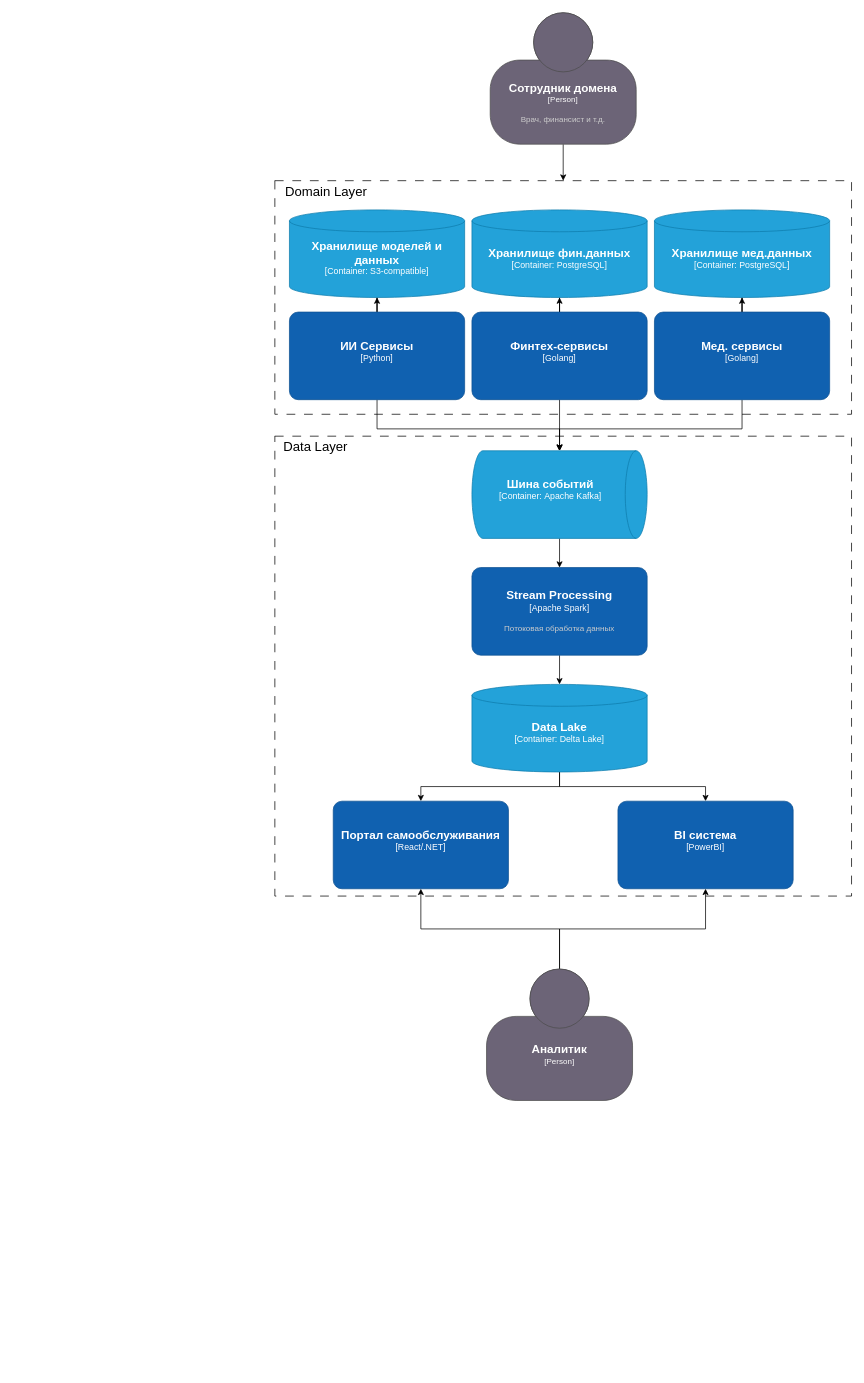
Before: Task3Advanced/с2.drawio in gregkuznetsov1998/architecture-future_2_0, a draw.io diagram. Source tidied: cells renumbered, new cells numbered last; positions are measured from the earlier drawing's top-left corner, leaving out a move shared by most shapes. Both pictures are drawn from the tidied source at 73%, with x=0, y=0 at pixel (274, 12).
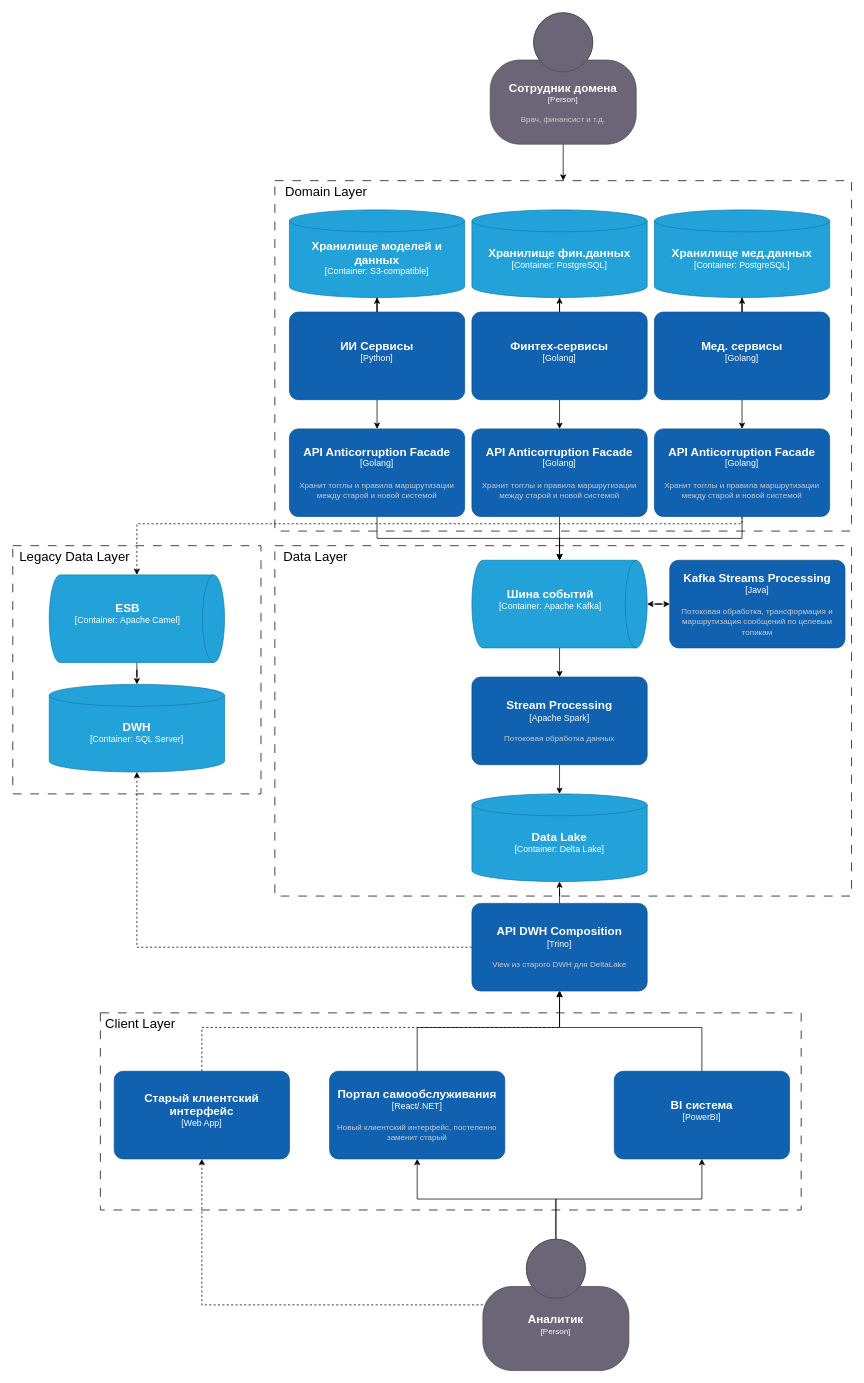
Above is the later version.

The change refers to these unchanged cells:
```xml
<object id="8" label="&lt;font style=&quot;font-size: 16px&quot;&gt;&lt;b&gt;%c4Name%&lt;/b&gt;&lt;/font&gt;&lt;div&gt;[%c4Type%]&lt;/div&gt;&lt;br&gt;&lt;div&gt;&lt;font style=&quot;font-size: 11px&quot;&gt;&lt;font color=&quot;#cccccc&quot;&gt;%c4Description%&lt;/font&gt;&lt;/div&gt;" c4Description="" c4Name="ИИ Сервисы" c4Type="Python" placeholders="1">
  <mxCell style="rounded=1;whiteSpace=wrap;html=1;labelBackgroundColor=none;fillColor=#1061B0;fontColor=#ffffff;align=center;arcSize=10;strokeColor=#0D5091;points=[[0.25,0,0],[0.5,0,0],[0.75,0,0],[1,0.25,0],[1,0.5,0],[1,0.75,0],[0.75,1,0],[0.5,1,0],[0.25,1,0],[0,0.75,0],[0,0.5,0],[0,0.25,0]];" parent="1" vertex="1">
    <mxGeometry x="20" y="410" width="240" height="120" as="geometry" />
  </mxCell>
</object>
<object id="11" label="&lt;font style=&quot;font-size: 16px&quot;&gt;&lt;b&gt;%c4Name%&lt;/b&gt;&lt;/font&gt;&lt;div&gt;[%c4Type%]&lt;/div&gt;&lt;br&gt;&lt;div&gt;&lt;font style=&quot;font-size: 11px&quot;&gt;&lt;font color=&quot;#cccccc&quot;&gt;%c4Description%&lt;/font&gt;&lt;/div&gt;" c4Description="" c4Name="Финтех-сервисы" c4Type="Golang" placeholders="1">
  <mxCell style="rounded=1;whiteSpace=wrap;html=1;labelBackgroundColor=none;fillColor=#1061B0;fontColor=#ffffff;align=center;arcSize=10;strokeColor=#0D5091;points=[[0.25,0,0],[0.5,0,0],[0.75,0,0],[1,0.25,0],[1,0.5,0],[1,0.75,0],[0.75,1,0],[0.5,1,0],[0.25,1,0],[0,0.75,0],[0,0.5,0],[0,0.25,0]];" parent="1" vertex="1">
    <mxGeometry x="270" y="410" width="240" height="120" as="geometry" />
  </mxCell>
</object>
<object id="16" label="&lt;font style=&quot;font-size: 16px&quot;&gt;&lt;b&gt;%c4Name%&lt;/b&gt;&lt;/font&gt;&lt;div&gt;[%c4Type%]&lt;/div&gt;&lt;br&gt;&lt;div&gt;&lt;font style=&quot;font-size: 11px&quot;&gt;&lt;font color=&quot;#cccccc&quot;&gt;%c4Description%&lt;/font&gt;&lt;/div&gt;" c4Description="" c4Name="Мед. сервисы" c4Type="Golang" placeholders="1">
  <mxCell style="rounded=1;whiteSpace=wrap;html=1;labelBackgroundColor=none;fillColor=#1061B0;fontColor=#ffffff;align=center;arcSize=10;strokeColor=#0D5091;points=[[0.25,0,0],[0.5,0,0],[0.75,0,0],[1,0.25,0],[1,0.5,0],[1,0.75,0],[0.75,1,0],[0.5,1,0],[0.25,1,0],[0,0.75,0],[0,0.5,0],[0,0.25,0]];" parent="1" vertex="1">
    <mxGeometry x="520" y="410" width="240" height="120" as="geometry" />
  </mxCell>
</object>
```

Change to the diagram source:
```diff
@@
+    <mxCell id="32" style="rounded=0;whiteSpace=wrap;html=1;fillColor=none;dashed=1;dashPattern=12 12;" parent="1" vertex="1">
+      <mxGeometry x="-239" y="1370" width="960" height="270" as="geometry" />
+    </mxCell>
     <mxCell id="2" style="rounded=0;whiteSpace=wrap;html=1;fillColor=none;dashed=1;dashPattern=12 12;" parent="1" vertex="1">
-      <mxGeometry y="580" width="790" height="630" as="geometry" />
+      <mxGeometry y="730" width="790" height="480" as="geometry" />
     </mxCell>
     <mxCell id="3" style="rounded=0;whiteSpace=wrap;html=1;fillColor=none;dashed=1;dashPattern=12 12;" parent="1" vertex="1">
-      <mxGeometry y="230" width="790" height="320" as="geometry" />
+      <mxGeometry y="230" width="790" height="480" as="geometry" />
     </mxCell>
@@
+    <mxCell id="33" style="edgeStyle=orthogonalEdgeStyle;rounded=0;jettySize=auto;html=1;exitX=0.5;exitY=0;exitDx=0;exitDy=0;exitPerimeter=0;startArrow=classic;startFill=1;" parent="1" edge="1" source="5" target="53">
+      <mxGeometry relative="1" as="geometry" />
+    </mxCell>
     <object id="5" label="&lt;font style=&quot;font-size: 16px&quot;&gt;&lt;b&gt;%c4Name%&lt;/b&gt;&lt;/font&gt;&lt;div&gt;[%c4Type%:&amp;nbsp;%c4Technology%]&lt;/div&gt;&lt;br&gt;&lt;div&gt;&lt;font style=&quot;font-size: 11px&quot;&gt;&lt;font color=&quot;#E6E6E6&quot;&gt;%c4Description%&lt;/font&gt;&lt;/div&gt;" c4Description="" c4Name="Шина событий" c4Technology="Apache Kafka" c4Type="Container" placeholders="1">
       <mxCell style="shape=cylinder3;size=15;direction=south;whiteSpace=wrap;html=1;boundedLbl=1;rounded=0;labelBackgroundColor=none;fillColor=#23A2D9;fontSize=12;fontColor=#ffffff;align=center;strokeColor=#0E7DAD;points=[[0.5,0,0],[1,0.25,0],[1,0.5,0],[1,0.75,0],[0.5,1,0],[0,0.75,0],[0,0.5,0],[0,0.25,0]];" parent="1" vertex="1">
-        <mxGeometry x="270" y="600" width="240" height="120" as="geometry" />
+        <mxGeometry x="270" y="750" width="240" height="120" as="geometry" />
       </mxCell>
     </object>
@@
-    <mxCell id="7" style="edgeStyle=orthogonalEdgeStyle;rounded=0;jettySize=auto;html=1;" parent="1" edge="1" source="8" target="5">
-      <mxGeometry relative="1" as="geometry">
-        <Array as="points">
-          <mxPoint x="140" y="570" />
-          <mxPoint x="390" y="570" />
-        </Array>
-      </mxGeometry>
-    </mxCell>
+    <mxCell id="34" style="edgeStyle=orthogonalEdgeStyle;rounded=0;jettySize=auto;html=1;exitX=0.5;exitY=1;exitDx=0;exitDy=0;exitPerimeter=0;" parent="1" edge="1" source="8" target="55">
+      <mxGeometry relative="1" as="geometry" />
+    </mxCell>
@@
-    <mxCell id="10" style="edgeStyle=orthogonalEdgeStyle;rounded=0;jettySize=auto;html=1;" parent="1" edge="1" source="11" target="5">
-      <mxGeometry relative="1" as="geometry" />
-    </mxCell>
+    <mxCell id="35" style="edgeStyle=orthogonalEdgeStyle;rounded=0;jettySize=auto;html=1;" parent="1" edge="1" source="11" target="48">
+      <mxGeometry relative="1" as="geometry" />
+    </mxCell>
@@
-    <mxCell id="15" style="edgeStyle=orthogonalEdgeStyle;rounded=0;jettySize=auto;html=1;" parent="1" edge="1" source="16" target="5">
-      <mxGeometry relative="1" as="geometry">
-        <Array as="points">
-          <mxPoint x="640" y="570" />
-          <mxPoint x="390" y="570" />
-        </Array>
-      </mxGeometry>
-    </mxCell>
+    <mxCell id="36" style="edgeStyle=orthogonalEdgeStyle;rounded=0;jettySize=auto;html=1;" parent="1" edge="1" source="16" target="58">
+      <mxGeometry relative="1" as="geometry" />
+    </mxCell>
@@
     <object id="19" label="&lt;font style=&quot;font-size: 16px&quot;&gt;&lt;b&gt;%c4Name%&lt;/b&gt;&lt;/font&gt;&lt;div&gt;[%c4Type%]&lt;/div&gt;&lt;br&gt;&lt;div&gt;&lt;font style=&quot;font-size: 11px&quot;&gt;&lt;font color=&quot;#cccccc&quot;&gt;%c4Description%&lt;/font&gt;&lt;/div&gt;" c4Description="Потоковая обработка данных" c4Name="Stream Processing" c4Type="Apache Spark" placeholders="1">
       <mxCell style="rounded=1;whiteSpace=wrap;html=1;labelBackgroundColor=none;fillColor=#1061B0;fontColor=#ffffff;align=center;arcSize=10;strokeColor=#0D5091;points=[[0.25,0,0],[0.5,0,0],[0.75,0,0],[1,0.25,0],[1,0.5,0],[1,0.75,0],[0.75,1,0],[0.5,1,0],[0.25,1,0],[0,0.75,0],[0,0.5,0],[0,0.25,0]];" parent="1" vertex="1">
-        <mxGeometry x="270" y="760" width="240" height="120" as="geometry" />
+        <mxGeometry x="270" y="910" width="240" height="120" as="geometry" />
       </mxCell>
     </object>
-    <mxCell id="20" style="edgeStyle=orthogonalEdgeStyle;rounded=0;jettySize=auto;html=1;" parent="1" edge="1" source="22" target="23">
-      <mxGeometry relative="1" as="geometry" />
-    </mxCell>
-    <mxCell id="21" style="edgeStyle=orthogonalEdgeStyle;rounded=0;jettySize=auto;html=1;" parent="1" edge="1" source="22" target="24">
-      <mxGeometry relative="1" as="geometry" />
-    </mxCell>
     <object id="22" label="&lt;font style=&quot;font-size: 16px&quot;&gt;&lt;b&gt;%c4Name%&lt;/b&gt;&lt;/font&gt;&lt;div&gt;[%c4Type%:&amp;nbsp;%c4Technology%]&lt;/div&gt;&lt;br&gt;&lt;div&gt;&lt;font style=&quot;font-size: 11px&quot;&gt;&lt;font color=&quot;#E6E6E6&quot;&gt;%c4Description%&lt;/font&gt;&lt;/div&gt;" c4Description="" c4Name="Data Lake" c4Technology="Delta Lake" c4Type="Container" placeholders="1">
       <mxCell style="shape=cylinder3;size=15;whiteSpace=wrap;html=1;boundedLbl=1;rounded=0;labelBackgroundColor=none;fillColor=#23A2D9;fontSize=12;fontColor=#ffffff;align=center;strokeColor=#0E7DAD;points=[[0.5,0,0],[1,0.25,0],[1,0.5,0],[1,0.75,0],[0.5,1,0],[0,0.75,0],[0,0.5,0],[0,0.25,0]];" parent="1" vertex="1">
-        <mxGeometry x="270" y="920" width="240" height="120" as="geometry" />
+        <mxGeometry x="270" y="1070" width="240" height="120" as="geometry" />
       </mxCell>
     </object>
+    <mxCell id="37" style="edgeStyle=orthogonalEdgeStyle;rounded=0;jettySize=auto;html=1;" parent="1" edge="1" source="23" target="51">
+      <mxGeometry relative="1" as="geometry">
+        <Array as="points">
+          <mxPoint x="195" y="1390" />
+          <mxPoint x="390" y="1390" />
+        </Array>
+      </mxGeometry>
+    </mxCell>
-    <object id="23" label="&lt;font style=&quot;font-size: 16px&quot;&gt;&lt;b&gt;%c4Name%&lt;/b&gt;&lt;/font&gt;&lt;div&gt;[%c4Type%]&lt;/div&gt;&lt;br&gt;&lt;div&gt;&lt;font style=&quot;font-size: 11px&quot;&gt;&lt;font color=&quot;#cccccc&quot;&gt;%c4Description%&lt;/font&gt;&lt;/div&gt;" c4Description="" c4Name="Портал самообслуживания" c4Type="React/.NET" placeholders="1">
+    <object id="23" label="&lt;font style=&quot;font-size: 16px&quot;&gt;&lt;b&gt;%c4Name%&lt;/b&gt;&lt;/font&gt;&lt;div&gt;[%c4Type%]&lt;/div&gt;&lt;br&gt;&lt;div&gt;&lt;font style=&quot;font-size: 11px&quot;&gt;&lt;font color=&quot;#cccccc&quot;&gt;%c4Description%&lt;/font&gt;&lt;/div&gt;" c4Description="Новый клиентский интерфейс, постепенно заменит старый" c4Name="Портал самообслуживания" c4Type="React/.NET" placeholders="1">
       <mxCell style="rounded=1;whiteSpace=wrap;html=1;labelBackgroundColor=none;fillColor=#1061B0;fontColor=#ffffff;align=center;arcSize=10;strokeColor=#0D5091;points=[[0.25,0,0],[0.5,0,0],[0.75,0,0],[1,0.25,0],[1,0.5,0],[1,0.75,0],[0.75,1,0],[0.5,1,0],[0.25,1,0],[0,0.75,0],[0,0.5,0],[0,0.25,0]];" parent="1" vertex="1">
-        <mxGeometry x="80" y="1080" width="240" height="120" as="geometry" />
+        <mxGeometry x="75" y="1450" width="240" height="120" as="geometry" />
       </mxCell>
     </object>
+    <mxCell id="38" style="edgeStyle=orthogonalEdgeStyle;rounded=0;jettySize=auto;html=1;" parent="1" edge="1" source="24" target="51">
+      <mxGeometry relative="1" as="geometry">
+        <Array as="points">
+          <mxPoint x="585" y="1390" />
+          <mxPoint x="390" y="1390" />
+        </Array>
+      </mxGeometry>
+    </mxCell>
     <object id="24" label="&lt;font style=&quot;font-size: 16px&quot;&gt;&lt;b&gt;%c4Name%&lt;/b&gt;&lt;/font&gt;&lt;div&gt;[%c4Type%]&lt;/div&gt;&lt;br&gt;&lt;div&gt;&lt;font style=&quot;font-size: 11px&quot;&gt;&lt;font color=&quot;#cccccc&quot;&gt;%c4Description%&lt;/font&gt;&lt;/div&gt;" c4Description="" c4Name="BI система" c4Type="PowerBI" placeholders="1">
       <mxCell style="rounded=1;whiteSpace=wrap;html=1;labelBackgroundColor=none;fillColor=#1061B0;fontColor=#ffffff;align=center;arcSize=10;strokeColor=#0D5091;points=[[0.25,0,0],[0.5,0,0],[0.75,0,0],[1,0.25,0],[1,0.5,0],[1,0.75,0],[0.75,1,0],[0.5,1,0],[0.25,1,0],[0,0.75,0],[0,0.5,0],[0,0.25,0]];" parent="1" vertex="1">
-        <mxGeometry x="470" y="1080" width="240" height="120" as="geometry" />
+        <mxGeometry x="465" y="1450" width="240" height="120" as="geometry" />
       </mxCell>
     </object>
@@
+    <mxCell id="39" style="edgeStyle=orthogonalEdgeStyle;rounded=0;jettySize=auto;html=1;dashed=1;" parent="1" edge="1" source="29" target="43">
+      <mxGeometry relative="1" as="geometry" />
+    </mxCell>
     <object id="29" label="&lt;font style=&quot;font-size: 16px&quot;&gt;&lt;b&gt;%c4Name%&lt;/b&gt;&lt;/font&gt;&lt;div&gt;[%c4Type%]&lt;/div&gt;&lt;br&gt;&lt;div&gt;&lt;font style=&quot;font-size: 11px&quot;&gt;&lt;font color=&quot;#cccccc&quot;&gt;%c4Description%&lt;/font&gt;&lt;/div&gt;" c4Description="" c4Name="Аналитик" c4Type="Person" placeholders="1">
       <mxCell style="html=1;fontSize=11;dashed=0;whiteSpace=wrap;fillColor=#6C6477;strokeColor=#4D4D4D;fontColor=#ffffff;shape=mxgraph.c4.person2;align=center;points=[[0.5,0,0],[1,0.5,0],[1,0.75,0],[0.75,1,0],[0.5,1,0],[0.25,1,0],[0,0.75,0],[0,0.5,0]];" parent="1" vertex="1">
-        <mxGeometry x="290" y="1310" width="200" height="180" as="geometry" />
+        <mxGeometry x="285" y="1680" width="200" height="180" as="geometry" />
       </mxCell>
     </object>
     <mxCell id="30" value="Data Layer" style="text;html=1;whiteSpace=wrap;strokeColor=none;fillColor=none;align=center;verticalAlign=middle;rounded=0;fontSize=18;" parent="1" vertex="1">
-      <mxGeometry x="1" y="580" width="110" height="30" as="geometry" />
+      <mxGeometry x="1" y="730" width="110" height="30" as="geometry" />
     </mxCell>
@@
+    <mxCell id="40" style="rounded=0;whiteSpace=wrap;html=1;fillColor=none;dashed=1;dashPattern=12 12;" parent="1" vertex="1">
+      <mxGeometry x="-359" y="730" width="340" height="340" as="geometry" />
+    </mxCell>
+    <mxCell id="41" value="Legacy Data Layer" style="text;html=1;whiteSpace=wrap;strokeColor=none;fillColor=none;align=center;verticalAlign=middle;rounded=0;fontSize=18;" parent="1" vertex="1">
+      <mxGeometry x="-359" y="730" width="170" height="30" as="geometry" />
+    </mxCell>
+    <mxCell id="42" style="edgeStyle=orthogonalEdgeStyle;rounded=0;jettySize=auto;html=1;dashed=1;" parent="1" edge="1" source="43" target="51">
+      <mxGeometry relative="1" as="geometry">
+        <Array as="points">
+          <mxPoint x="-100" y="1390" />
+          <mxPoint x="390" y="1390" />
+        </Array>
+      </mxGeometry>
+    </mxCell>
+    <object id="43" label="&lt;font style=&quot;font-size: 16px&quot;&gt;&lt;b&gt;%c4Name%&lt;/b&gt;&lt;/font&gt;&lt;div&gt;[%c4Type%]&lt;/div&gt;&lt;br&gt;&lt;div&gt;&lt;font style=&quot;font-size: 11px&quot;&gt;&lt;font color=&quot;#cccccc&quot;&gt;%c4Description%&lt;/font&gt;&lt;/div&gt;" c4Description="" c4Name="Старый клиентский интерфейс" c4Type="Web App" placeholders="1">
+      <mxCell style="rounded=1;whiteSpace=wrap;html=1;labelBackgroundColor=none;fillColor=#1061B0;fontColor=#ffffff;align=center;arcSize=10;strokeColor=#0D5091;points=[[0.25,0,0],[0.5,0,0],[0.75,0,0],[1,0.25,0],[1,0.5,0],[1,0.75,0],[0.75,1,0],[0.5,1,0],[0.25,1,0],[0,0.75,0],[0,0.5,0],[0,0.25,0]];" parent="1" vertex="1">
+        <mxGeometry x="-220" y="1450" width="240" height="120" as="geometry" />
+      </mxCell>
+    </object>
+    <mxCell id="44" style="edgeStyle=orthogonalEdgeStyle;rounded=0;jettySize=auto;html=1;" parent="1" edge="1" source="45" target="46">
+      <mxGeometry relative="1" as="geometry" />
+    </mxCell>
+    <object id="45" label="&lt;font style=&quot;font-size: 16px&quot;&gt;&lt;b&gt;%c4Name%&lt;/b&gt;&lt;/font&gt;&lt;div&gt;[%c4Type%:&amp;nbsp;%c4Technology%]&lt;/div&gt;&lt;br&gt;&lt;div&gt;&lt;font style=&quot;font-size: 11px&quot;&gt;&lt;font color=&quot;#E6E6E6&quot;&gt;%c4Description%&lt;/font&gt;&lt;/div&gt;" c4Description="" c4Name="ESB" c4Technology="Apache Camel" c4Type="Container" placeholders="1">
+      <mxCell style="shape=cylinder3;size=15;direction=south;whiteSpace=wrap;html=1;boundedLbl=1;rounded=0;labelBackgroundColor=none;fillColor=#23A2D9;fontSize=12;fontColor=#ffffff;align=center;strokeColor=#0E7DAD;points=[[0.5,0,0],[1,0.25,0],[1,0.5,0],[1,0.75,0],[0.5,1,0],[0,0.75,0],[0,0.5,0],[0,0.25,0]];" parent="1" vertex="1">
+        <mxGeometry x="-309" y="770" width="240" height="120" as="geometry" />
+      </mxCell>
+    </object>
+    <object id="46" label="&lt;font style=&quot;font-size: 16px&quot;&gt;&lt;b&gt;%c4Name%&lt;/b&gt;&lt;/font&gt;&lt;div&gt;[%c4Type%:&amp;nbsp;%c4Technology%]&lt;/div&gt;&lt;br&gt;&lt;div&gt;&lt;font style=&quot;font-size: 11px&quot;&gt;&lt;font color=&quot;#E6E6E6&quot;&gt;%c4Description%&lt;/font&gt;&lt;/div&gt;" c4Description="" c4Name="DWH" c4Technology="SQL Server" c4Type="Container" placeholders="1">
+      <mxCell style="shape=cylinder3;size=15;whiteSpace=wrap;html=1;boundedLbl=1;rounded=0;labelBackgroundColor=none;fillColor=#23A2D9;fontSize=12;fontColor=#ffffff;align=center;strokeColor=#0E7DAD;points=[[0.5,0,0],[1,0.25,0],[1,0.5,0],[1,0.75,0],[0.5,1,0],[0,0.75,0],[0,0.5,0],[0,0.25,0]];" parent="1" vertex="1">
+        <mxGeometry x="-309" y="920" width="240" height="120" as="geometry" />
+      </mxCell>
+    </object>
+    <mxCell id="47" style="edgeStyle=orthogonalEdgeStyle;rounded=0;jettySize=auto;html=1;" parent="1" edge="1" source="48" target="5">
+      <mxGeometry relative="1" as="geometry" />
+    </mxCell>
+    <object id="48" label="&lt;font style=&quot;font-size: 16px&quot;&gt;&lt;b&gt;%c4Name%&lt;/b&gt;&lt;/font&gt;&lt;div&gt;[%c4Type%]&lt;/div&gt;&lt;br&gt;&lt;div&gt;&lt;font style=&quot;font-size: 11px&quot;&gt;&lt;font color=&quot;#cccccc&quot;&gt;%c4Description%&lt;/font&gt;&lt;/div&gt;" c4Description="Хранит тогглы и правила маршрутизации между старой и новой системой" c4Name="API Anticorruption Facade" c4Type="Golang" placeholders="1">
+      <mxCell style="rounded=1;whiteSpace=wrap;html=1;labelBackgroundColor=none;fillColor=#1061B0;fontColor=#ffffff;align=center;arcSize=10;strokeColor=#0D5091;points=[[0.25,0,0],[0.5,0,0],[0.75,0,0],[1,0.25,0],[1,0.5,0],[1,0.75,0],[0.75,1,0],[0.5,1,0],[0.25,1,0],[0,0.75,0],[0,0.5,0],[0,0.25,0]];" parent="1" vertex="1">
+        <mxGeometry x="270" y="570" width="240" height="120" as="geometry" />
+      </mxCell>
+    </object>
+    <mxCell id="49" style="edgeStyle=orthogonalEdgeStyle;rounded=0;jettySize=auto;html=1;exitX=0.5;exitY=0;exitDx=0;exitDy=0;exitPerimeter=0;" parent="1" edge="1" source="51" target="22">
+      <mxGeometry relative="1" as="geometry" />
+    </mxCell>
+    <mxCell id="50" style="edgeStyle=orthogonalEdgeStyle;rounded=0;jettySize=auto;html=1;dashed=1;" parent="1" edge="1" source="51" target="46">
+      <mxGeometry relative="1" as="geometry" />
+    </mxCell>
+    <object id="51" label="&lt;font style=&quot;font-size: 16px&quot;&gt;&lt;b&gt;%c4Name%&lt;/b&gt;&lt;/font&gt;&lt;div&gt;[%c4Type%]&lt;/div&gt;&lt;br&gt;&lt;div&gt;&lt;font style=&quot;font-size: 11px&quot;&gt;&lt;font color=&quot;#cccccc&quot;&gt;%c4Description%&lt;/font&gt;&lt;/div&gt;" c4Description="View из старого DWH для DeltaLake" c4Name="API DWH Composition" c4Type="Trino" placeholders="1">
+      <mxCell style="rounded=1;whiteSpace=wrap;html=1;labelBackgroundColor=none;fillColor=#1061B0;fontColor=#ffffff;align=center;arcSize=10;strokeColor=#0D5091;points=[[0.25,0,0],[0.5,0,0],[0.75,0,0],[1,0.25,0],[1,0.5,0],[1,0.75,0],[0.75,1,0],[0.5,1,0],[0.25,1,0],[0,0.75,0],[0,0.5,0],[0,0.25,0]];" parent="1" vertex="1">
+        <mxGeometry x="270" y="1220" width="240" height="120" as="geometry" />
+      </mxCell>
+    </object>
+    <mxCell id="52" value="Client Layer" style="text;html=1;whiteSpace=wrap;strokeColor=none;fillColor=none;align=center;verticalAlign=middle;rounded=0;fontSize=18;" parent="1" vertex="1">
+      <mxGeometry x="-239" y="1370" width="110" height="30" as="geometry" />
+    </mxCell>
+    <object id="53" label="&lt;font style=&quot;font-size: 16px&quot;&gt;&lt;b&gt;%c4Name%&lt;/b&gt;&lt;/font&gt;&lt;div&gt;[%c4Type%]&lt;/div&gt;&lt;br&gt;&lt;div&gt;&lt;font style=&quot;font-size: 11px&quot;&gt;&lt;font color=&quot;#cccccc&quot;&gt;%c4Description%&lt;/font&gt;&lt;/div&gt;" c4Description="Потоковая обработка, трансформация и маршрутизация сообщений по целевым топикам" c4Name="Kafka Streams Processing" c4Type="Java" placeholders="1">
+      <mxCell style="rounded=1;whiteSpace=wrap;html=1;labelBackgroundColor=none;fillColor=#1061B0;fontColor=#ffffff;align=center;arcSize=10;strokeColor=#0D5091;points=[[0.25,0,0],[0.5,0,0],[0.75,0,0],[1,0.25,0],[1,0.5,0],[1,0.75,0],[0.75,1,0],[0.5,1,0],[0.25,1,0],[0,0.75,0],[0,0.5,0],[0,0.25,0]];" parent="1" vertex="1">
+        <mxGeometry x="541" y="750" width="240" height="120" as="geometry" />
+      </mxCell>
+    </object>
+    <mxCell id="54" style="edgeStyle=orthogonalEdgeStyle;rounded=0;jettySize=auto;html=1;" parent="1" edge="1" source="55" target="5">
+      <mxGeometry relative="1" as="geometry">
+        <Array as="points">
+          <mxPoint x="140" y="720" />
+          <mxPoint x="390" y="720" />
+        </Array>
+      </mxGeometry>
+    </mxCell>
+    <object id="55" label="&lt;font style=&quot;font-size: 16px&quot;&gt;&lt;b&gt;%c4Name%&lt;/b&gt;&lt;/font&gt;&lt;div&gt;[%c4Type%]&lt;/div&gt;&lt;br&gt;&lt;div&gt;&lt;font style=&quot;font-size: 11px&quot;&gt;&lt;font color=&quot;#cccccc&quot;&gt;%c4Description%&lt;/font&gt;&lt;/div&gt;" c4Description="Хранит тогглы и правила маршрутизации между старой и новой системой" c4Name="API Anticorruption Facade" c4Type="Golang" placeholders="1">
+      <mxCell style="rounded=1;whiteSpace=wrap;html=1;labelBackgroundColor=none;fillColor=#1061B0;fontColor=#ffffff;align=center;arcSize=10;strokeColor=#0D5091;points=[[0.25,0,0],[0.5,0,0],[0.75,0,0],[1,0.25,0],[1,0.5,0],[1,0.75,0],[0.75,1,0],[0.5,1,0],[0.25,1,0],[0,0.75,0],[0,0.5,0],[0,0.25,0]];" parent="1" vertex="1">
+        <mxGeometry x="20" y="570" width="240" height="120" as="geometry" />
+      </mxCell>
+    </object>
+    <mxCell id="56" style="edgeStyle=orthogonalEdgeStyle;rounded=0;jettySize=auto;html=1;exitX=0.5;exitY=1;exitDx=0;exitDy=0;exitPerimeter=0;" parent="1" edge="1" source="58" target="5">
+      <mxGeometry relative="1" as="geometry" />
+    </mxCell>
+    <mxCell id="57" style="edgeStyle=orthogonalEdgeStyle;rounded=0;jettySize=auto;html=1;dashed=1;" parent="1" edge="1" source="58" target="45">
+      <mxGeometry relative="1" as="geometry">
+        <Array as="points">
+          <mxPoint x="640" y="700" />
+          <mxPoint x="-189" y="700" />
+        </Array>
+      </mxGeometry>
+    </mxCell>
+    <object id="58" label="&lt;font style=&quot;font-size: 16px&quot;&gt;&lt;b&gt;%c4Name%&lt;/b&gt;&lt;/font&gt;&lt;div&gt;[%c4Type%]&lt;/div&gt;&lt;br&gt;&lt;div&gt;&lt;font style=&quot;font-size: 11px&quot;&gt;&lt;font color=&quot;#cccccc&quot;&gt;%c4Description%&lt;/font&gt;&lt;/div&gt;" c4Description="Хранит тогглы и правила маршрутизации между старой и новой системой" c4Name="API Anticorruption Facade" c4Type="Golang" placeholders="1">
+      <mxCell style="rounded=1;whiteSpace=wrap;html=1;labelBackgroundColor=none;fillColor=#1061B0;fontColor=#ffffff;align=center;arcSize=10;strokeColor=#0D5091;points=[[0.25,0,0],[0.5,0,0],[0.75,0,0],[1,0.25,0],[1,0.5,0],[1,0.75,0],[0.75,1,0],[0.5,1,0],[0.25,1,0],[0,0.75,0],[0,0.5,0],[0,0.25,0]];" parent="1" vertex="1">
+        <mxGeometry x="520" y="570" width="240" height="120" as="geometry" />
+      </mxCell>
+    </object>
```
